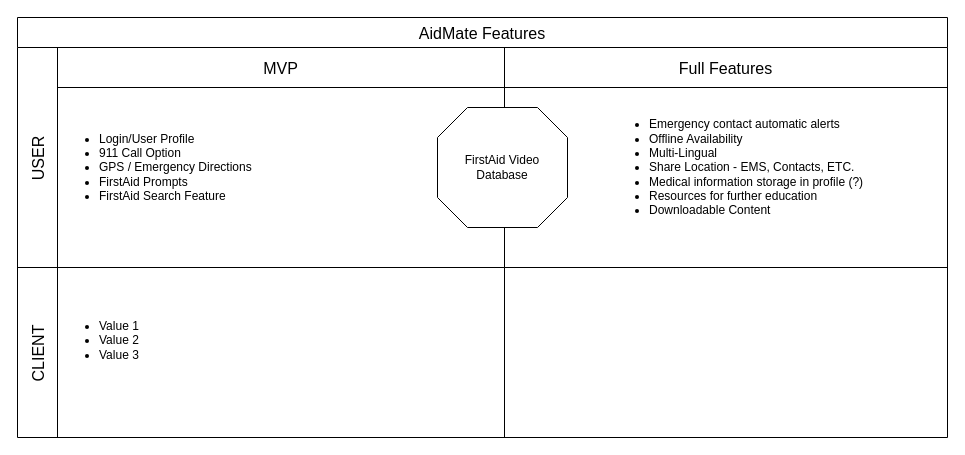
mfmarson/AidMate keeps this draw.io diagram as page "Features" (4 of 11) of Untitled Diagram.drawio. Above is the earlier version. Source tidied: cells renumbered, new cells numbered last; positions are measured from the earlier drawing's top-left corner, leaving out a move shared by most shapes. Both pictures are drawn from the tidied source at 100%, with x=0, y=0 at pixel (17, 17).
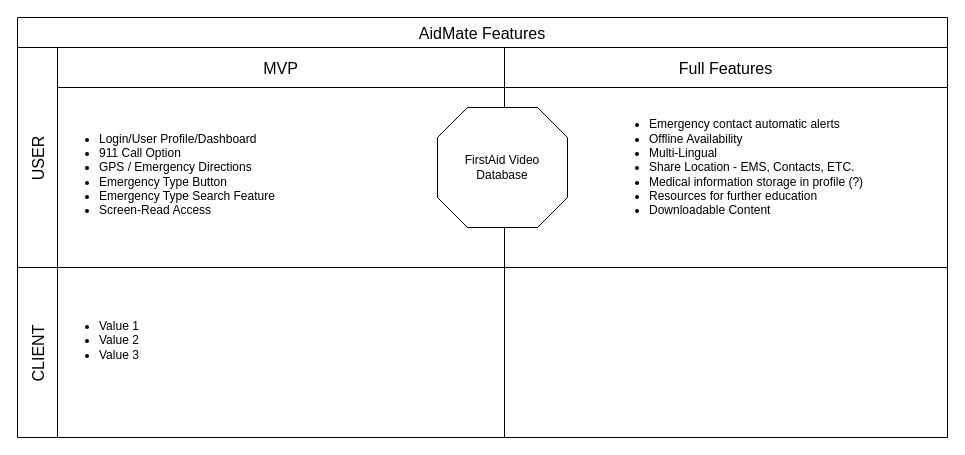
The same page after the edit.

Diff of the diagram source:
```diff
@@
 <mxGraphModel>
   <root>
     <mxCell id="0" />
     <mxCell id="1" parent="0" />
     <mxCell id="2" value="AidMate Features" style="shape=table;childLayout=tableLayout;startSize=30;fontSize=16;" parent="1" vertex="1">
       <mxGeometry width="930" height="420" as="geometry" />
     </mxCell>
     <mxCell id="3" value="USER" style="shape=tableRow;horizontal=0;swimlaneHead=0;swimlaneBody=0;top=0;left=0;strokeColor=inherit;bottom=0;right=0;fontStyle=0;fillColor=none;startSize=40;fontSize=16;" parent="2" vertex="1">
       <mxGeometry y="30" width="930" height="220" as="geometry" />
     </mxCell>
     <mxCell id="4" value="MVP" style="swimlane;swimlaneHead=0;swimlaneBody=0;fontStyle=0;strokeColor=inherit;fillColor=none;startSize=40;fontSize=16;" parent="3" vertex="1">
       <mxGeometry x="40" width="447" height="220" as="geometry" />
     </mxCell>
-    <mxCell id="5" value="&lt;ul&gt;&lt;li&gt;Login/User Profile&lt;/li&gt;&lt;li&gt;911 Call Option&lt;/li&gt;&lt;li&gt;GPS / Emergency Directions&amp;nbsp;&lt;/li&gt;&lt;li&gt;FirstAid Prompts&lt;/li&gt;&lt;li&gt;FirstAid Search Feature&lt;/li&gt;&lt;/ul&gt;" style="text;strokeColor=none;fillColor=none;html=1;whiteSpace=wrap;verticalAlign=middle;overflow=hidden;" parent="4" vertex="1">
+    <mxCell id="5" value="&lt;ul&gt;&lt;li&gt;Login/User Profile/Dashboard&lt;/li&gt;&lt;li&gt;911 Call Option&lt;/li&gt;&lt;li&gt;GPS / Emergency Directions&amp;nbsp;&lt;/li&gt;&lt;li&gt;Emergency Type Button&lt;/li&gt;&lt;li&gt;Emergency Type Search Feature&lt;/li&gt;&lt;li&gt;Screen-Read Access&lt;/li&gt;&lt;/ul&gt;" style="text;strokeColor=none;fillColor=none;html=1;whiteSpace=wrap;verticalAlign=middle;overflow=hidden;" parent="4" vertex="1">
       <mxGeometry y="70" width="410" height="100" as="geometry" />
     </mxCell>
     <mxCell id="6" value="Full Features" style="swimlane;swimlaneHead=0;swimlaneBody=0;fontStyle=0;strokeColor=inherit;fillColor=none;startSize=40;fontSize=16;" parent="3" vertex="1">
       <mxGeometry x="487" width="443" height="220" as="geometry" />
     </mxCell>
     <mxCell id="7" value="&lt;ul&gt;&lt;li&gt;&lt;span style=&quot;background-color: initial;&quot;&gt;Emergency contact automatic alerts&lt;/span&gt;&lt;/li&gt;&lt;li&gt;Offline Availability&amp;nbsp;&lt;/li&gt;&lt;li&gt;Multi-Lingual&lt;/li&gt;&lt;li&gt;Share Location - EMS, Contacts, ETC.&lt;/li&gt;&lt;li&gt;Medical information storage in profile (?)&lt;/li&gt;&lt;li&gt;Resources for further education&amp;nbsp;&lt;/li&gt;&lt;li&gt;Downloadable Content&amp;nbsp;&lt;/li&gt;&lt;/ul&gt;" style="text;strokeColor=none;fillColor=none;html=1;whiteSpace=wrap;verticalAlign=middle;overflow=hidden;" parent="6" vertex="1">
       <mxGeometry x="103" y="40" width="277" height="160" as="geometry" />
     </mxCell>
     <mxCell id="8" value="FirstAid Video Database" style="whiteSpace=wrap;html=1;shape=mxgraph.basic.octagon2;align=center;verticalAlign=middle;dx=15;" parent="6" vertex="1">
       <mxGeometry x="-67" y="60" width="130" height="120" as="geometry" />
     </mxCell>
     <mxCell id="9" value="CLIENT" style="shape=tableRow;horizontal=0;swimlaneHead=0;swimlaneBody=0;top=0;left=0;strokeColor=inherit;bottom=0;right=0;fontStyle=0;fillColor=none;startSize=40;fontSize=16;" parent="2" vertex="1">
       <mxGeometry y="250" width="930" height="170" as="geometry" />
     </mxCell>
     <mxCell id="10" style="swimlane;swimlaneHead=0;swimlaneBody=0;fontStyle=0;strokeColor=inherit;fillColor=none;startSize=0;fontSize=16;" parent="9" vertex="1">
       <mxGeometry x="40" width="447" height="170" as="geometry" />
     </mxCell>
     <mxCell id="11" value="&lt;ul&gt;&lt;li&gt;Value 1&lt;/li&gt;&lt;li&gt;Value 2&lt;/li&gt;&lt;li&gt;Value 3&lt;/li&gt;&lt;/ul&gt;" style="text;strokeColor=none;fillColor=none;html=1;whiteSpace=wrap;verticalAlign=middle;overflow=hidden;" parent="10" vertex="1">
       <mxGeometry y="33" width="100" height="80" as="geometry" />
     </mxCell>
     <mxCell id="12" style="swimlane;swimlaneHead=0;swimlaneBody=0;fontStyle=0;strokeColor=inherit;fillColor=none;startSize=0;fontSize=16;" parent="9" vertex="1">
       <mxGeometry x="487" width="443" height="170" as="geometry" />
     </mxCell>
   </root>
 </mxGraphModel>
```
